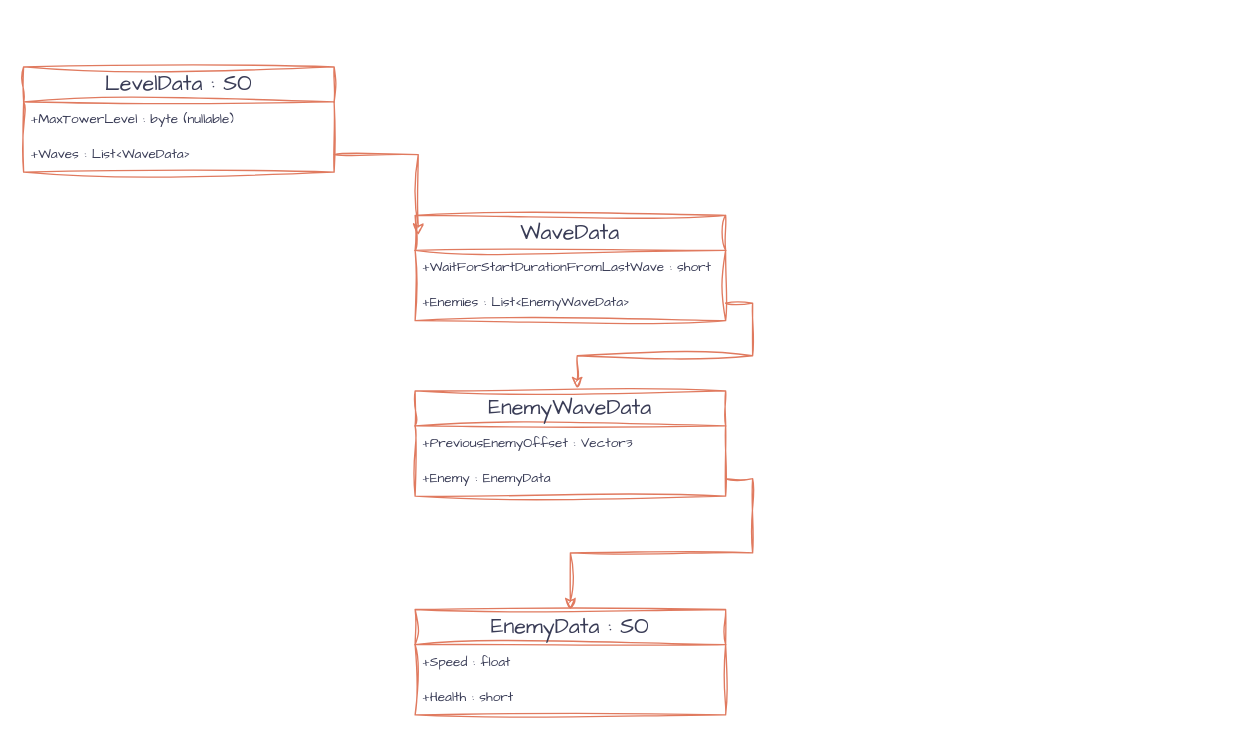
Above: DataScheme.drawio in emrullah-cengiz/TowerDefense (draw.io), before the change. Source tidied: cells renumbered, new cells numbered last; positions are measured from the earlier drawing's top-left corner, leaving out a move shared by most shapes. Both pictures are drawn from the tidied source at 135%, with x=0, y=0 at pixel (23, 66).
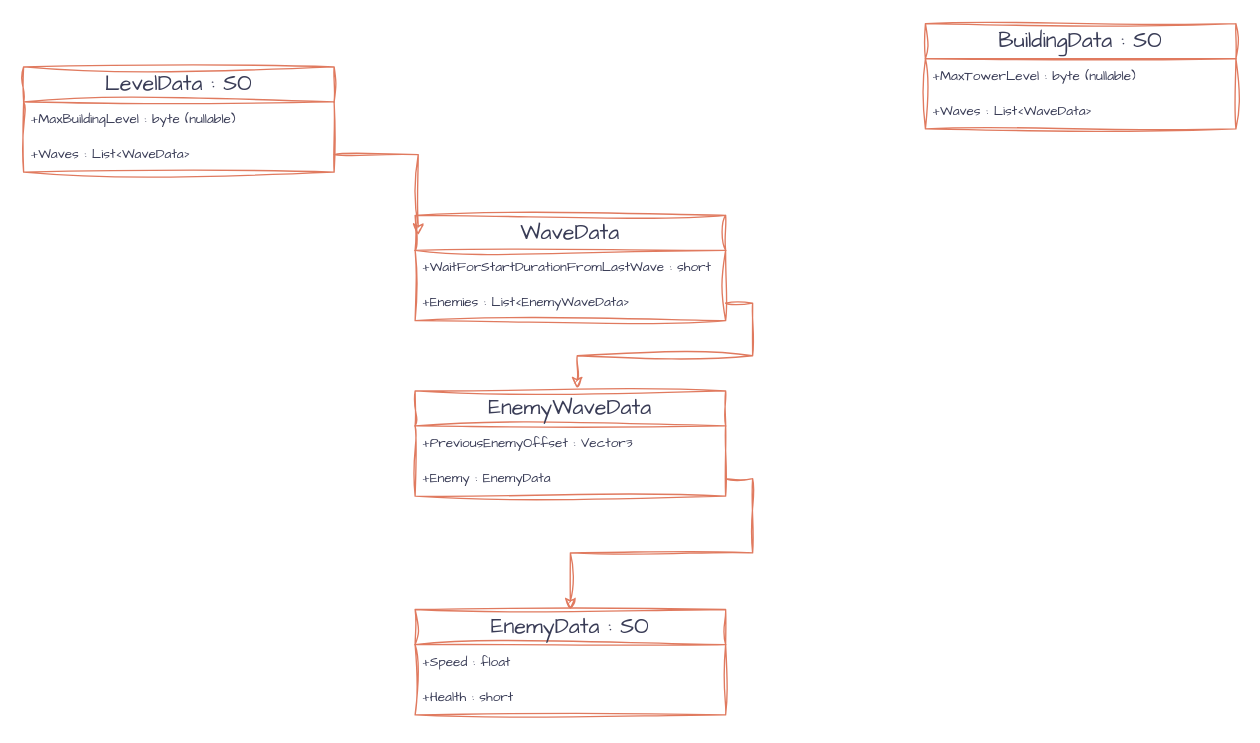
The same diagram, later.

The edit, as a diff of the source:
```diff
@@
 <mxGraphModel>
   <root>
     <mxCell id="0" />
     <mxCell id="1" parent="0" />
     <mxCell id="2" value="&lt;font style=&quot;font-size: 16px;&quot;&gt;LevelData : SO&lt;/font&gt;" style="swimlane;fontStyle=0;horizontal=1;startSize=26;fillColor=none;whiteSpace=wrap;html=1;sketch=1;hachureGap=4;jiggle=2;curveFitting=1;fontFamily=Architects Daughter;fontSize=16;labelBackgroundColor=none;strokeColor=#E07A5F;fontColor=#393C56;" parent="1" vertex="1">
       <mxGeometry width="230" height="78" as="geometry" />
     </mxCell>
-    <mxCell id="3" value="+MaxTowerLevel : byte (nullable)&lt;br style=&quot;border-color: var(--border-color); font-size: 10px;&quot;&gt;" style="text;strokeColor=none;fillColor=none;align=left;verticalAlign=top;spacingLeft=4;spacingRight=4;overflow=hidden;whiteSpace=wrap;html=1;fontSize=10;fontFamily=Architects Daughter;labelBackgroundColor=none;fontColor=#393C56;" parent="2" vertex="1">
+    <mxCell id="3" value="+MaxBuildingLevel : byte (nullable)" style="text;strokeColor=none;fillColor=none;align=left;verticalAlign=top;spacingLeft=4;spacingRight=4;overflow=hidden;whiteSpace=wrap;html=1;fontSize=10;fontFamily=Architects Daughter;labelBackgroundColor=none;fontColor=#393C56;" parent="2" vertex="1">
       <mxGeometry y="26" width="230" height="26" as="geometry" />
     </mxCell>
     <mxCell id="4" value="+Waves : List&amp;lt;WaveData&amp;gt;" style="text;strokeColor=none;fillColor=none;align=left;verticalAlign=top;spacingLeft=4;spacingRight=4;overflow=hidden;points=[[0,0.5],[1,0.5]];portConstraint=eastwest;whiteSpace=wrap;html=1;fontSize=10;fontFamily=Architects Daughter;labelBackgroundColor=none;fontColor=#393C56;" parent="2" vertex="1">
       <mxGeometry y="52" width="230" height="26" as="geometry" />
     </mxCell>
     <mxCell id="5" style="edgeStyle=orthogonalEdgeStyle;rounded=0;sketch=1;hachureGap=4;jiggle=2;curveFitting=1;jettySize=auto;html=1;entryX=0.01;entryY=0.187;entryDx=0;entryDy=0;fontFamily=Architects Daughter;fontSize=16;entryPerimeter=0;labelBackgroundColor=none;strokeColor=#E07A5F;fontColor=default;" parent="1" edge="1" source="4" target="6">
       <mxGeometry relative="1" as="geometry" />
     </mxCell>
     <mxCell id="6" value="WaveData" style="swimlane;fontStyle=0;horizontal=1;startSize=26;fillColor=none;whiteSpace=wrap;html=1;sketch=1;hachureGap=4;jiggle=2;curveFitting=1;fontFamily=Architects Daughter;fontSize=16;labelBackgroundColor=none;strokeColor=#E07A5F;fontColor=#393C56;" parent="1" vertex="1">
       <mxGeometry x="290" y="110" width="230" height="78" as="geometry" />
     </mxCell>
     <mxCell id="7" value="+WaitForStartDurationFromLastWave : short&lt;br style=&quot;border-color: var(--border-color); font-size: 12px;&quot;&gt;" style="text;strokeColor=none;fillColor=none;align=left;verticalAlign=top;spacingLeft=4;spacingRight=4;overflow=hidden;whiteSpace=wrap;html=1;fontSize=10;fontFamily=Architects Daughter;labelBackgroundColor=none;fontColor=#393C56;" parent="6" vertex="1">
       <mxGeometry y="26" width="230" height="26" as="geometry" />
     </mxCell>
     <mxCell id="8" value="+Enemies : List&amp;lt;EnemyWaveData&amp;gt;" style="text;strokeColor=none;fillColor=none;align=left;verticalAlign=top;spacingLeft=4;spacingRight=4;overflow=hidden;points=[[0,0.5],[1,0.5]];portConstraint=eastwest;whiteSpace=wrap;html=1;fontSize=10;fontFamily=Architects Daughter;labelBackgroundColor=none;fontColor=#393C56;" parent="6" vertex="1">
       <mxGeometry y="52" width="230" height="26" as="geometry" />
     </mxCell>
     <mxCell id="9" value="EnemyData : SO" style="swimlane;fontStyle=0;horizontal=1;startSize=26;fillColor=none;whiteSpace=wrap;html=1;sketch=1;hachureGap=4;jiggle=2;curveFitting=1;fontFamily=Architects Daughter;fontSize=16;labelBackgroundColor=none;strokeColor=#E07A5F;fontColor=#393C56;" parent="1" vertex="1">
       <mxGeometry x="290" y="402" width="230" height="78" as="geometry" />
     </mxCell>
     <mxCell id="10" value="+Speed : float" style="text;strokeColor=none;fillColor=none;align=left;verticalAlign=top;spacingLeft=4;spacingRight=4;overflow=hidden;whiteSpace=wrap;html=1;fontSize=10;fontFamily=Architects Daughter;labelBackgroundColor=none;fontColor=#393C56;" parent="9" vertex="1">
       <mxGeometry y="26" width="230" height="26" as="geometry" />
     </mxCell>
     <mxCell id="11" value="+Health : short" style="text;strokeColor=none;fillColor=none;align=left;verticalAlign=top;spacingLeft=4;spacingRight=4;overflow=hidden;whiteSpace=wrap;html=1;fontSize=10;fontFamily=Architects Daughter;labelBackgroundColor=none;fontColor=#393C56;" parent="9" vertex="1">
       <mxGeometry y="52" width="230" height="26" as="geometry" />
     </mxCell>
     <mxCell id="12" style="edgeStyle=orthogonalEdgeStyle;rounded=0;sketch=1;hachureGap=4;jiggle=2;curveFitting=1;jettySize=auto;html=1;exitX=1;exitY=0.5;exitDx=0;exitDy=0;fontFamily=Architects Daughter;fontSize=16;entryX=0.522;entryY=-0.023;entryDx=0;entryDy=0;entryPerimeter=0;labelBackgroundColor=none;strokeColor=#E07A5F;fontColor=default;" parent="1" edge="1" source="8" target="13">
       <mxGeometry relative="1" as="geometry" />
     </mxCell>
     <mxCell id="13" value="EnemyWaveData" style="swimlane;fontStyle=0;horizontal=1;startSize=26;fillColor=none;whiteSpace=wrap;html=1;sketch=1;hachureGap=4;jiggle=2;curveFitting=1;fontFamily=Architects Daughter;fontSize=16;labelBackgroundColor=none;strokeColor=#E07A5F;fontColor=#393C56;" parent="1" vertex="1">
       <mxGeometry x="290" y="240" width="230" height="78" as="geometry" />
     </mxCell>
     <mxCell id="14" value="+PreviousEnemyOffset : Vector3" style="text;strokeColor=none;fillColor=none;align=left;verticalAlign=top;spacingLeft=4;spacingRight=4;overflow=hidden;whiteSpace=wrap;html=1;fontSize=10;fontFamily=Architects Daughter;labelBackgroundColor=none;fontColor=#393C56;" parent="13" vertex="1">
       <mxGeometry y="26" width="230" height="26" as="geometry" />
     </mxCell>
     <mxCell id="15" value="+Enemy : EnemyData" style="text;strokeColor=none;fillColor=none;align=left;verticalAlign=top;spacingLeft=4;spacingRight=4;overflow=hidden;points=[[0,0.5],[1,0.5]];portConstraint=eastwest;whiteSpace=wrap;html=1;fontSize=10;fontFamily=Architects Daughter;labelBackgroundColor=none;fontColor=#393C56;" parent="13" vertex="1">
       <mxGeometry y="52" width="230" height="26" as="geometry" />
     </mxCell>
     <mxCell id="16" style="edgeStyle=orthogonalEdgeStyle;rounded=0;sketch=1;hachureGap=4;jiggle=2;curveFitting=1;jettySize=auto;html=1;exitX=1;exitY=0.5;exitDx=0;exitDy=0;strokeColor=#E07A5F;fontFamily=Architects Daughter;fontSize=16;fontColor=#393C56;fillColor=#F2CC8F;" parent="1" edge="1" source="15" target="9">
       <mxGeometry relative="1" as="geometry" />
     </mxCell>
+    <mxCell id="17" value="&lt;font style=&quot;font-size: 16px;&quot;&gt;BuildingData : SO&lt;/font&gt;" style="swimlane;fontStyle=0;horizontal=1;startSize=26;fillColor=none;whiteSpace=wrap;html=1;sketch=1;hachureGap=4;jiggle=2;curveFitting=1;fontFamily=Architects Daughter;fontSize=16;labelBackgroundColor=none;strokeColor=#E07A5F;fontColor=#393C56;" parent="1" vertex="1">
+      <mxGeometry x="668" y="-32" width="230" height="78" as="geometry" />
+    </mxCell>
+    <mxCell id="18" value="+MaxTowerLevel : byte (nullable)&lt;br style=&quot;border-color: var(--border-color); font-size: 10px;&quot;&gt;" style="text;strokeColor=none;fillColor=none;align=left;verticalAlign=top;spacingLeft=4;spacingRight=4;overflow=hidden;whiteSpace=wrap;html=1;fontSize=10;fontFamily=Architects Daughter;labelBackgroundColor=none;fontColor=#393C56;" parent="17" vertex="1">
+      <mxGeometry y="26" width="230" height="26" as="geometry" />
+    </mxCell>
+    <mxCell id="19" value="+Waves : List&amp;lt;WaveData&amp;gt;" style="text;strokeColor=none;fillColor=none;align=left;verticalAlign=top;spacingLeft=4;spacingRight=4;overflow=hidden;whiteSpace=wrap;html=1;fontSize=10;fontFamily=Architects Daughter;labelBackgroundColor=none;fontColor=#393C56;" parent="17" vertex="1">
+      <mxGeometry y="52" width="230" height="26" as="geometry" />
+    </mxCell>
   </root>
 </mxGraphModel>
```
